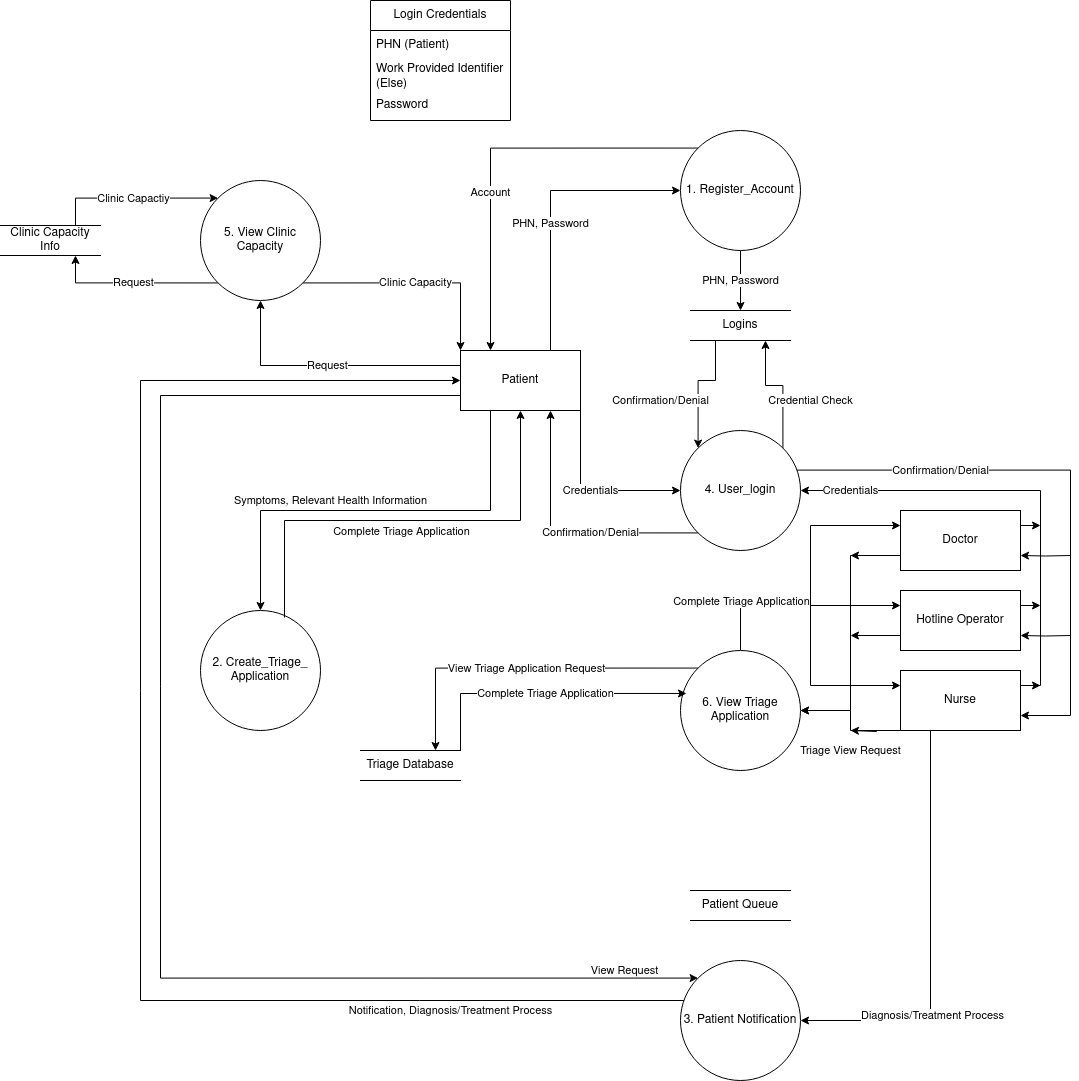
Above: Milestone2/Diagrams/pngs/DFD1.drawio.png in SENG-350-2024-fall/Team5 (draw.io), before the change. Source tidied: cells renumbered, new cells last; positions are measured from the earlier drawing's top-left corner, leaving out a move shared by most shapes.
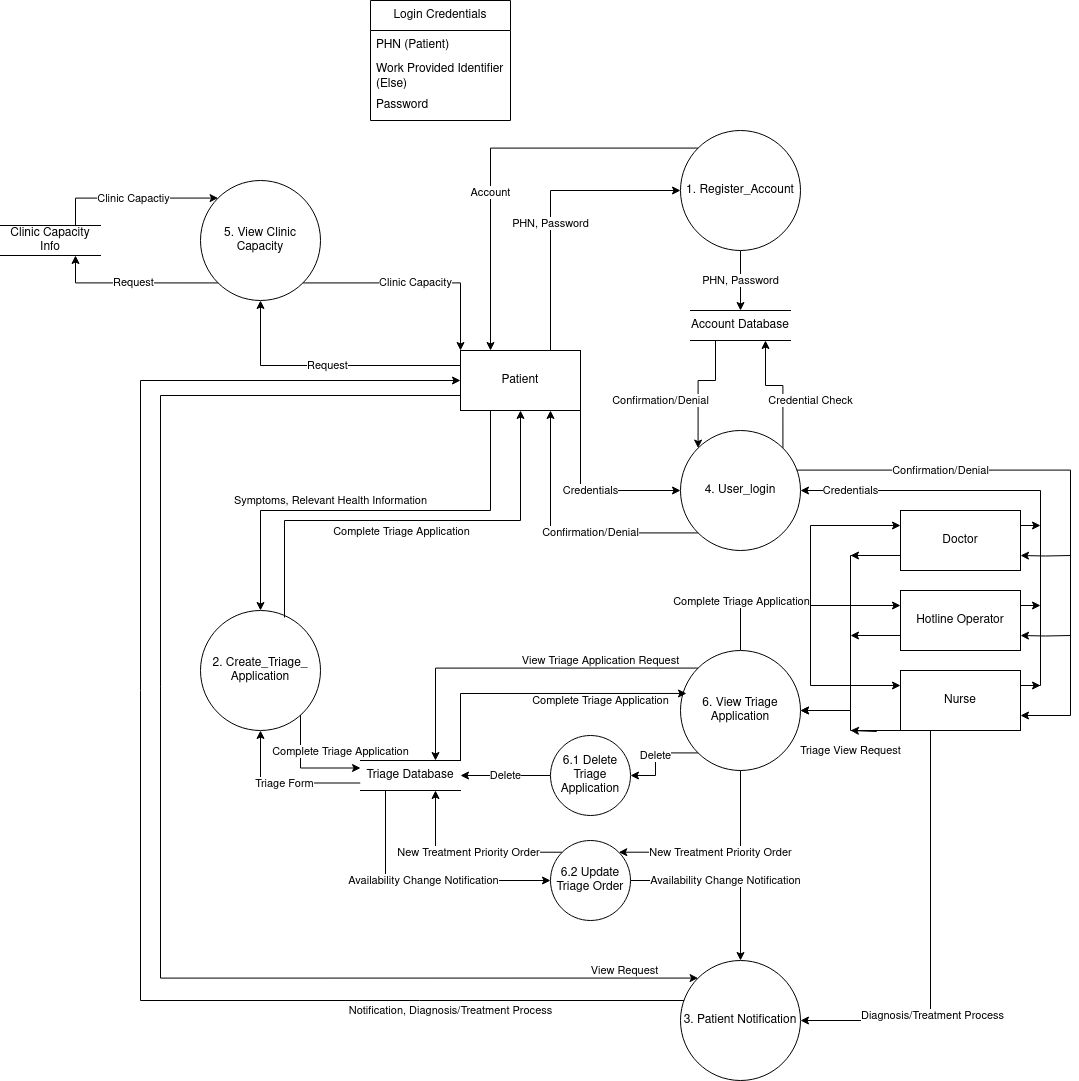
Later version of the same file.

The edit, as a diff of the source:
```diff
@@ -42,7 +42,7 @@
         </Array>
       </mxGeometry>
     </mxCell>
-    <mxCell id="12" value="Logins" style="html=1;dashed=0;whiteSpace=wrap;shape=partialRectangle;right=0;left=0;" parent="1" vertex="1">
+    <mxCell id="12" value="Account Database" style="html=1;dashed=0;whiteSpace=wrap;shape=partialRectangle;right=0;left=0;" parent="1" vertex="1">
       <mxGeometry x="690" y="310" width="100" height="30" as="geometry" />
     </mxCell>
     <mxCell id="13" value="Credential Check" style="edgeStyle=orthogonalEdgeStyle;rounded=0;jettySize=auto;html=1;exitX=1;exitY=0;exitDx=0;exitDy=0;entryX=0.75;entryY=1;entryDx=0;entryDy=0;" parent="1" edge="1" source="16" target="12">
@@ -100,6 +100,15 @@
     <mxCell id="25" value="Doctor&lt;span style=&quot;color: rgba(0, 0, 0, 0); font-family: monospace; font-size: 0px; text-align: start; text-wrap: nowrap;&quot;&gt;%3CmxGraphModel%3E%3Croot%3E%3CmxCell%20id%3D%220%22%2F%3E%3CmxCell%20id%3D%221%22%20parent%3D%220%22%2F%3E%3CmxCell%20id%3D%222%22%20value%3D%224.%20User_login%22%20style%3D%22ellipse%3BwhiteSpace%3Dwrap%3Bhtml%3D1%3Baspect%3Dfixed%3B%22%20vertex%3D%221%22%20parent%3D%221%22%3E%3CmxGeometry%20x%3D%22320%22%20y%3D%22460%22%20width%3D%22120%22%20height%3D%22120%22%20as%3D%22geometry%22%2F%3E%3C%2FmxCell%3E%3C%2Froot%3E%3C%2FmxGraphModel%3E&lt;/span&gt;" style="rounded=0;whiteSpace=wrap;html=1;" parent="1" vertex="1">
       <mxGeometry x="900" y="510" width="120" height="60" as="geometry" />
     </mxCell>
+    <mxCell id="56" value="Complete Triage Application" style="edgeStyle=orthogonalEdgeStyle;rounded=0;jettySize=auto;html=1;exitX=1;exitY=1;exitDx=0;exitDy=0;entryX=0;entryY=0.25;entryDx=0;entryDy=0;" parent="1" edge="1" source="26" target="52">
+      <mxGeometry x="0.66" y="18" relative="1" as="geometry">
+        <Array as="points">
+          <mxPoint x="300" y="712" />
+          <mxPoint x="300" y="768" />
+        </Array>
+        <mxPoint y="1" as="offset" />
+      </mxGeometry>
+    </mxCell>
     <mxCell id="26" value="2. Create_Triage_ Application" style="ellipse;whiteSpace=wrap;html=1;" parent="1" vertex="1">
       <mxGeometry x="200" y="610" width="120" height="120" as="geometry" />
     </mxCell>
@@ -143,8 +152,11 @@
       <mxGeometry relative="1" as="geometry" />
     </mxCell>
     <mxCell id="36" value="View Triage Application Request" style="edgeStyle=orthogonalEdgeStyle;rounded=0;jettySize=auto;html=1;exitX=0;exitY=0;exitDx=0;exitDy=0;entryX=0.75;entryY=0;entryDx=0;entryDy=0;" parent="1" edge="1" source="37" target="52">
-      <mxGeometry relative="1" as="geometry" />
+      <mxGeometry x="-0.45" y="-8" relative="1" as="geometry" />
     </mxCell>
+    <mxCell id="57" value="Delete" style="edgeStyle=orthogonalEdgeStyle;rounded=0;jettySize=auto;html=1;exitX=0;exitY=1;exitDx=0;exitDy=0;" parent="1" edge="1" source="37" target="65">
+      <mxGeometry relative="1" as="geometry" />
+    </mxCell>
     <mxCell id="37" value="6. View Triage Application" style="ellipse;whiteSpace=wrap;html=1;" parent="1" vertex="1">
       <mxGeometry x="680" y="650" width="120" height="120" as="geometry" />
     </mxCell>
@@ -225,17 +237,42 @@
         <mxPoint x="-350" y="-70" as="offset" />
       </mxGeometry>
     </mxCell>
+    <mxCell id="58" value="Triage Form" style="edgeStyle=orthogonalEdgeStyle;rounded=0;jettySize=auto;html=1;exitX=0;exitY=0.75;exitDx=0;exitDy=0;" parent="1" edge="1" source="52" target="26">
+      <mxGeometry relative="1" as="geometry" />
+    </mxCell>
+    <mxCell id="59" value="Availability Change Notification" style="edgeStyle=orthogonalEdgeStyle;rounded=0;jettySize=auto;html=1;exitX=0.25;exitY=1;exitDx=0;exitDy=0;entryX=0;entryY=0.5;entryDx=0;entryDy=0;" parent="1" edge="1" source="52" target="63">
+      <mxGeometry relative="1" as="geometry" />
+    </mxCell>
     <mxCell id="52" value="Triage Database" style="html=1;dashed=0;whiteSpace=wrap;shape=partialRectangle;right=0;left=0;" parent="1" vertex="1">
-      <mxGeometry x="360" y="750" width="100" height="30" as="geometry" />
+      <mxGeometry x="360" y="760" width="100" height="30" as="geometry" />
     </mxCell>
     <mxCell id="53" value="Clinic Capacity Info" style="html=1;dashed=0;whiteSpace=wrap;shape=partialRectangle;right=0;left=0;" parent="1" vertex="1">
       <mxGeometry y="225" width="100" height="30" as="geometry" />
     </mxCell>
-    <mxCell id="54" value="Patient Queue" style="html=1;dashed=0;whiteSpace=wrap;shape=partialRectangle;right=0;left=0;" parent="1" vertex="1">
-      <mxGeometry x="690" y="890" width="100" height="30" as="geometry" />
-    </mxCell>
     <mxCell id="55" value="Complete Triage Application" style="edgeStyle=orthogonalEdgeStyle;rounded=0;jettySize=auto;html=1;exitX=1;exitY=0;exitDx=0;exitDy=0;entryX=0.05;entryY=0.358;entryDx=0;entryDy=0;entryPerimeter=0;" parent="1" edge="1" source="52" target="37">
-      <mxGeometry relative="1" as="geometry" />
+      <mxGeometry x="0.41" y="-7" relative="1" as="geometry" />
     </mxCell>
+    <mxCell id="60" value="New Treatment Priority Order" style="edgeStyle=orthogonalEdgeStyle;rounded=0;jettySize=auto;html=1;exitX=0;exitY=0;exitDx=0;exitDy=0;entryX=0.75;entryY=1;entryDx=0;entryDy=0;" parent="1" edge="1" source="63" target="52">
+      <mxGeometry relative="1" as="geometry" />
+    </mxCell>
+    <mxCell id="61" value="New Treatment Priority Order" style="edgeStyle=orthogonalEdgeStyle;rounded=0;jettySize=auto;html=1;exitX=0.5;exitY=1;exitDx=0;exitDy=0;entryX=1;entryY=0;entryDx=0;entryDy=0;" parent="1" edge="1" source="37" target="63">
+      <mxGeometry relative="1" as="geometry">
+        <Array as="points">
+          <mxPoint x="740" y="852" />
+        </Array>
+      </mxGeometry>
+    </mxCell>
+    <mxCell id="62" value="Availability Change Notification" style="edgeStyle=orthogonalEdgeStyle;rounded=0;jettySize=auto;html=1;exitX=1;exitY=0.5;exitDx=0;exitDy=0;entryX=0.5;entryY=0;entryDx=0;entryDy=0;" parent="1" edge="1" source="63" target="28">
+      <mxGeometry relative="1" as="geometry" />
+    </mxCell>
+    <mxCell id="63" value="6.2 Update Triage Order" style="ellipse;whiteSpace=wrap;html=1;" parent="1" vertex="1">
+      <mxGeometry x="550" y="840" width="80" height="80" as="geometry" />
+    </mxCell>
+    <mxCell id="64" value="Delete" style="edgeStyle=orthogonalEdgeStyle;rounded=0;jettySize=auto;html=1;exitX=0;exitY=0.5;exitDx=0;exitDy=0;entryX=1;entryY=0.5;entryDx=0;entryDy=0;" parent="1" edge="1" source="65" target="52">
+      <mxGeometry relative="1" as="geometry" />
+    </mxCell>
+    <mxCell id="65" value="6.1 Delete Triage Application" style="ellipse;whiteSpace=wrap;html=1;" parent="1" vertex="1">
+      <mxGeometry x="550" y="735" width="80" height="80" as="geometry" />
+    </mxCell>
   </root>
 </mxGraphModel>
```
